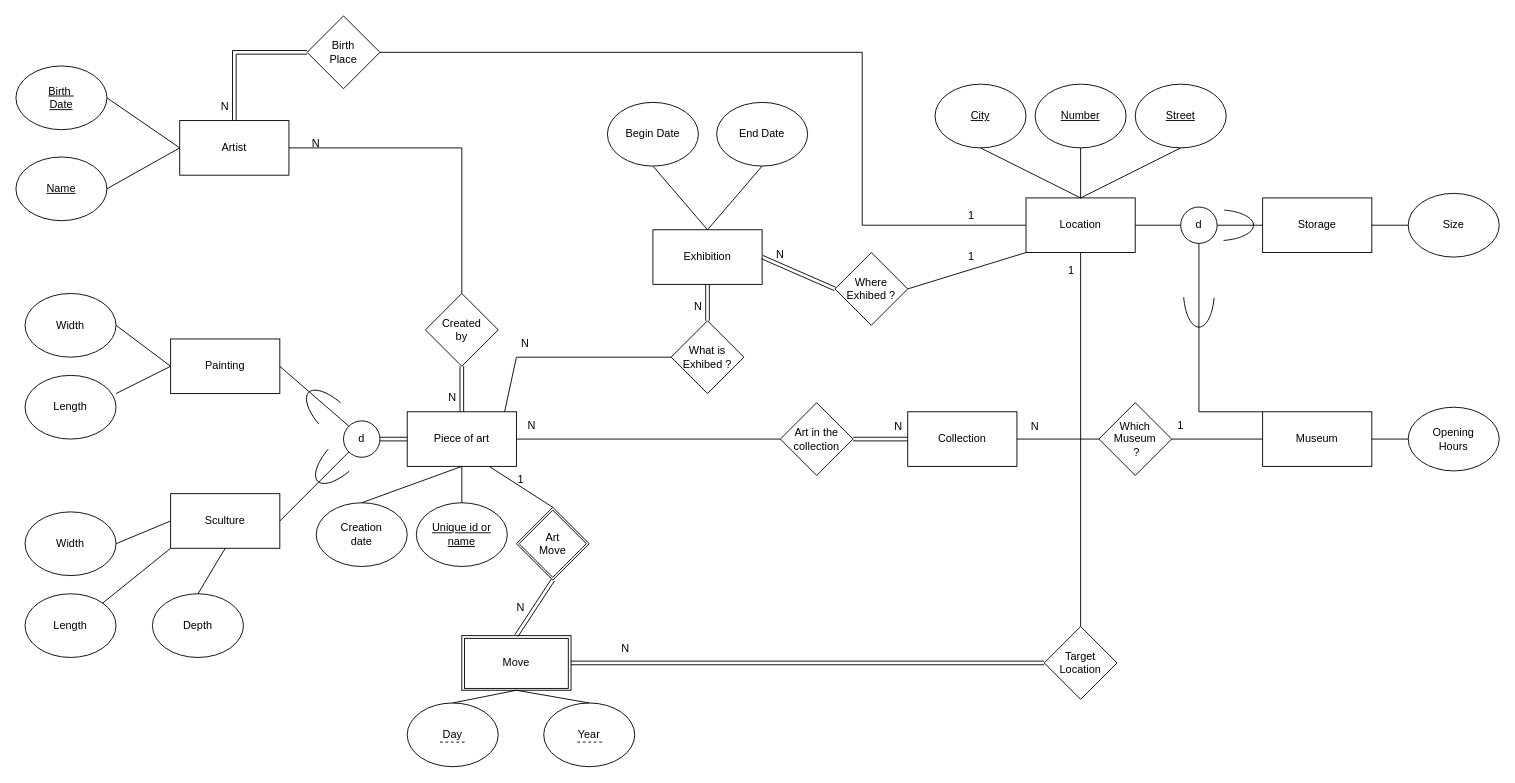
Earlier version of the draw.io diagram q1/erchen-p1.drawio (Arthur-Gallez/db-p1). Source tidied: cells renumbered, new cells numbered last; positions are measured from the earlier drawing's top-left corner, leaving out a move shared by most shapes. Both pictures are drawn from the tidied source at 91%, with x=0, y=0 at pixel (15, 15).
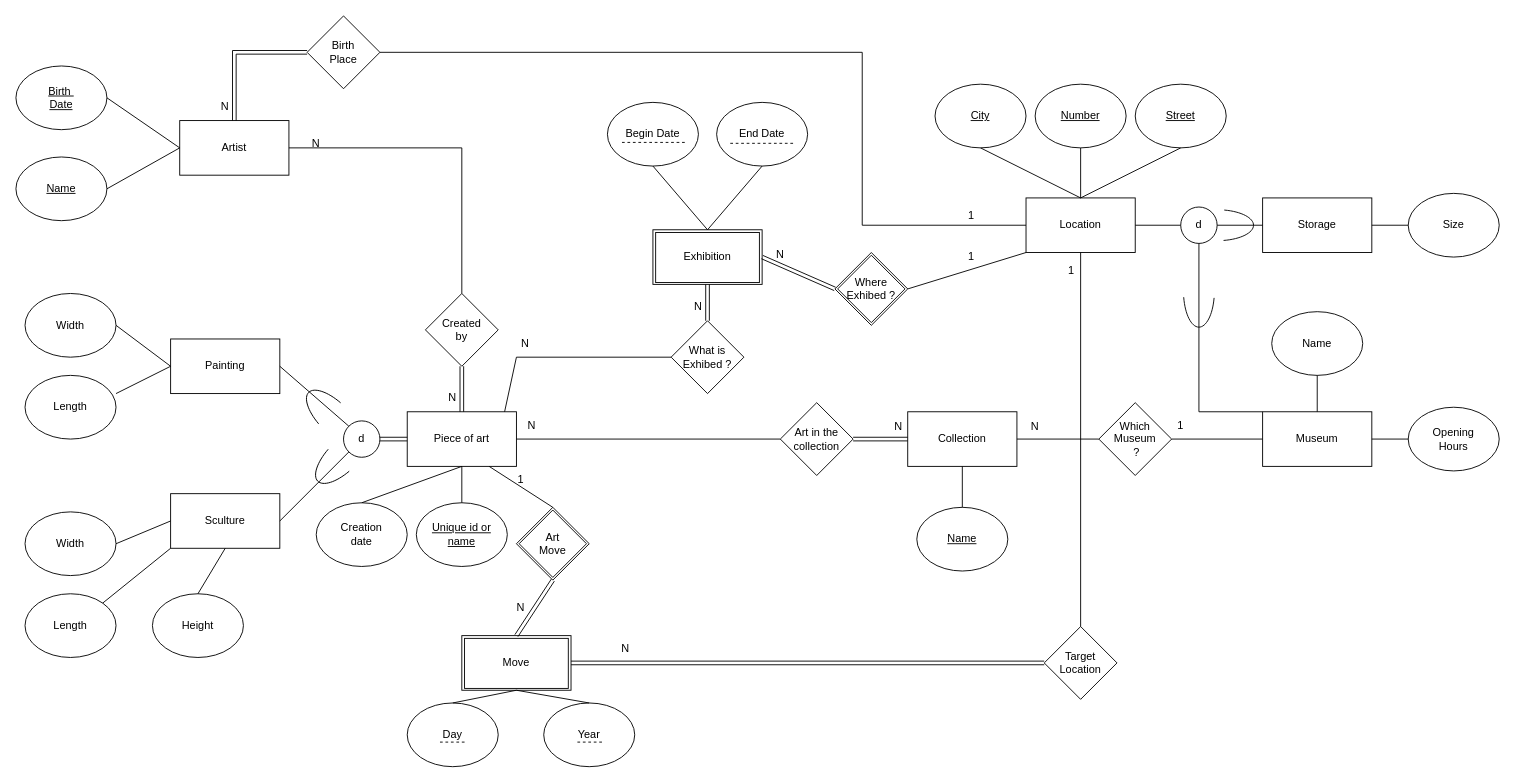
The same page after the edit.

Unchanged cells that the change refers to:
```xml
<mxCell id="4" value="Museum" style="rounded=0;whiteSpace=wrap;html=1;" parent="1" vertex="1">
  <mxGeometry x="1370" y="435" width="120" height="60" as="geometry" />
</mxCell>
<mxCell id="9" value="Collection" style="rounded=0;whiteSpace=wrap;html=1;" parent="1" vertex="1">
  <mxGeometry x="980" y="435" width="120" height="60" as="geometry" />
</mxCell>
```

The edit, as a diff of the source:
```diff
@@
-    <mxCell id="22" value="Depth" style="ellipse;whiteSpace=wrap;html=1;" parent="1" vertex="1">
+    <mxCell id="22" value="Height" style="ellipse;whiteSpace=wrap;html=1;" parent="1" vertex="1">
       <mxGeometry x="150" y="635" width="100" height="70" as="geometry" />
     </mxCell>
@@
+    <mxCell id="104" value="&lt;div&gt;&lt;br&gt;&lt;/div&gt;" style="rhombus;whiteSpace=wrap;html=1;fillColor=none;" parent="1" vertex="1">
+      <mxGeometry x="903" y="263" width="74" height="74" as="geometry" />
+    </mxCell>
+    <mxCell id="105" style="rounded=0;whiteSpace=wrap;html=1;fillColor=none;" parent="1" vertex="1">
+      <mxGeometry x="703" y="238" width="114" height="55" as="geometry" />
+    </mxCell>
+    <mxCell id="106" style="endArrow=none;dashed=1;html=1;rounded=0;" parent="1" edge="1">
+      <mxGeometry relative="1" as="geometry">
+        <mxPoint x="666" y="139" as="sourcePoint" />
+        <mxPoint x="736" y="139" as="targetPoint" />
+      </mxGeometry>
+    </mxCell>
+    <mxCell id="107" style="endArrow=none;dashed=1;html=1;rounded=0;" parent="1" edge="1">
+      <mxGeometry relative="1" as="geometry">
+        <mxPoint x="785" y="140" as="sourcePoint" />
+        <mxPoint x="855" y="140" as="targetPoint" />
+      </mxGeometry>
+    </mxCell>
+    <mxCell id="108" value="Name" style="ellipse;whiteSpace=wrap;html=1;fontStyle=4;" parent="1" vertex="1">
+      <mxGeometry x="990" y="540" width="100" height="70" as="geometry" />
+    </mxCell>
+    <mxCell id="109" style="endArrow=none;html=1;rounded=0;entryX=0.5;entryY=1;entryDx=0;entryDy=0;exitX=0.5;exitY=0;exitDx=0;exitDy=0;" parent="1" edge="1" source="108" target="9">
+      <mxGeometry relative="1" as="geometry" />
+    </mxCell>
+    <mxCell id="110" value="Name" style="ellipse;whiteSpace=wrap;html=1;" parent="1" vertex="1">
+      <mxGeometry x="1380" y="325" width="100" height="70" as="geometry" />
+    </mxCell>
+    <mxCell id="111" style="endArrow=none;html=1;rounded=0;entryX=0.5;entryY=1;entryDx=0;entryDy=0;exitX=0.5;exitY=0;exitDx=0;exitDy=0;" parent="1" edge="1" source="4" target="110">
+      <mxGeometry relative="1" as="geometry" />
+    </mxCell>
```
